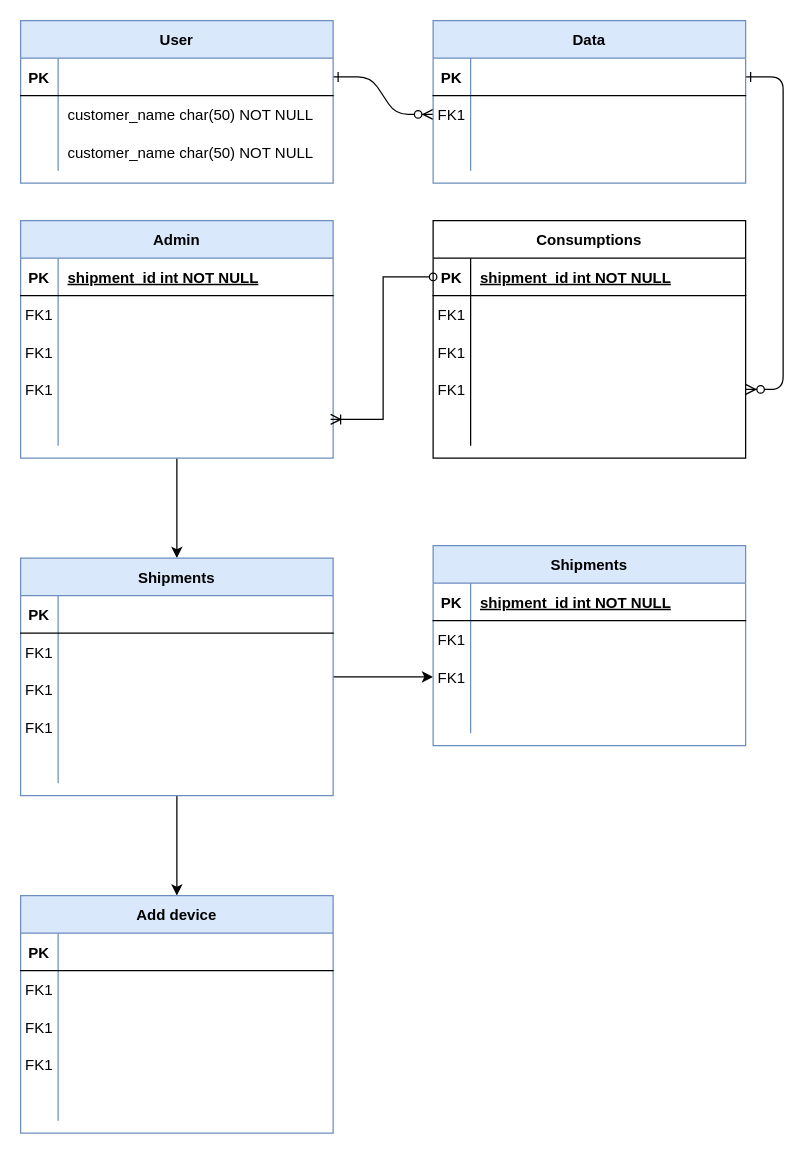
Before: ERD.drawio in Thivya1498/SCADA-ENERGY-METER-SYSTEM, a draw.io diagram. Source tidied: cells renumbered, new cells numbered last; positions are measured from the earlier drawing's top-left corner, leaving out a move shared by most shapes. Both pictures are drawn from the tidied source at 125%, with x=0, y=0 at pixel (20, 20).
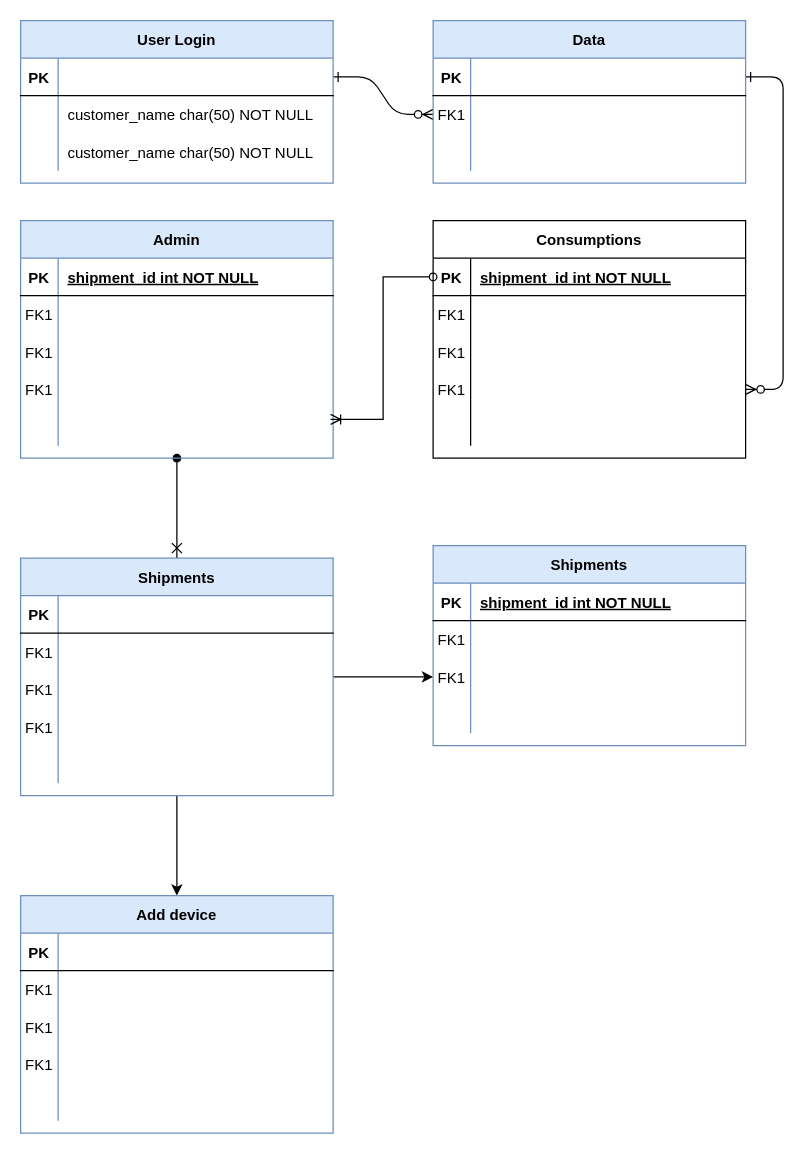
After the change.

The change refers to these unchanged cells:
```xml
<mxCell id="41" value="Admin" style="shape=table;startSize=30;childLayout=tableLayout;rowLines=0;fontStyle=1;align=center;fillColor=#dae8fc;strokeColor=#6c8ebf;" parent="1" vertex="1">
  <mxGeometry y="160" width="250" height="190" as="geometry" />
</mxCell>
<mxCell id="59" value="Shipments" style="shape=table;startSize=30;childLayout=tableLayout;rowLines=0;fontStyle=1;align=center;fillColor=#dae8fc;strokeColor=#6c8ebf;" parent="1" vertex="1">
  <mxGeometry y="430" width="250" height="190" as="geometry" />
</mxCell>
```

Change to the diagram source:
```diff
@@
-    <mxCell id="30" value="User" style="shape=table;startSize=30;childLayout=tableLayout;rowLines=0;fontStyle=1;align=center;fillColor=#dae8fc;strokeColor=#6c8ebf;" parent="1" vertex="1">
+    <mxCell id="30" value="User Login" style="shape=table;startSize=30;childLayout=tableLayout;rowLines=0;fontStyle=1;align=center;fillColor=#dae8fc;strokeColor=#6c8ebf;" parent="1" vertex="1">
       <mxGeometry width="250" height="130" as="geometry" />
     </mxCell>
@@
-    <mxCell id="40" style="edgeStyle=orthogonalEdgeStyle;rounded=0;jettySize=auto;html=1;" parent="1" edge="1" source="41" target="59">
+    <mxCell id="40" style="edgeStyle=orthogonalEdgeStyle;rounded=0;jettySize=auto;html=1;startArrow=oval;startFill=1;endArrow=cross;endFill=0;" parent="1" edge="1" source="41" target="59">
       <mxGeometry relative="1" as="geometry" />
     </mxCell>
```
